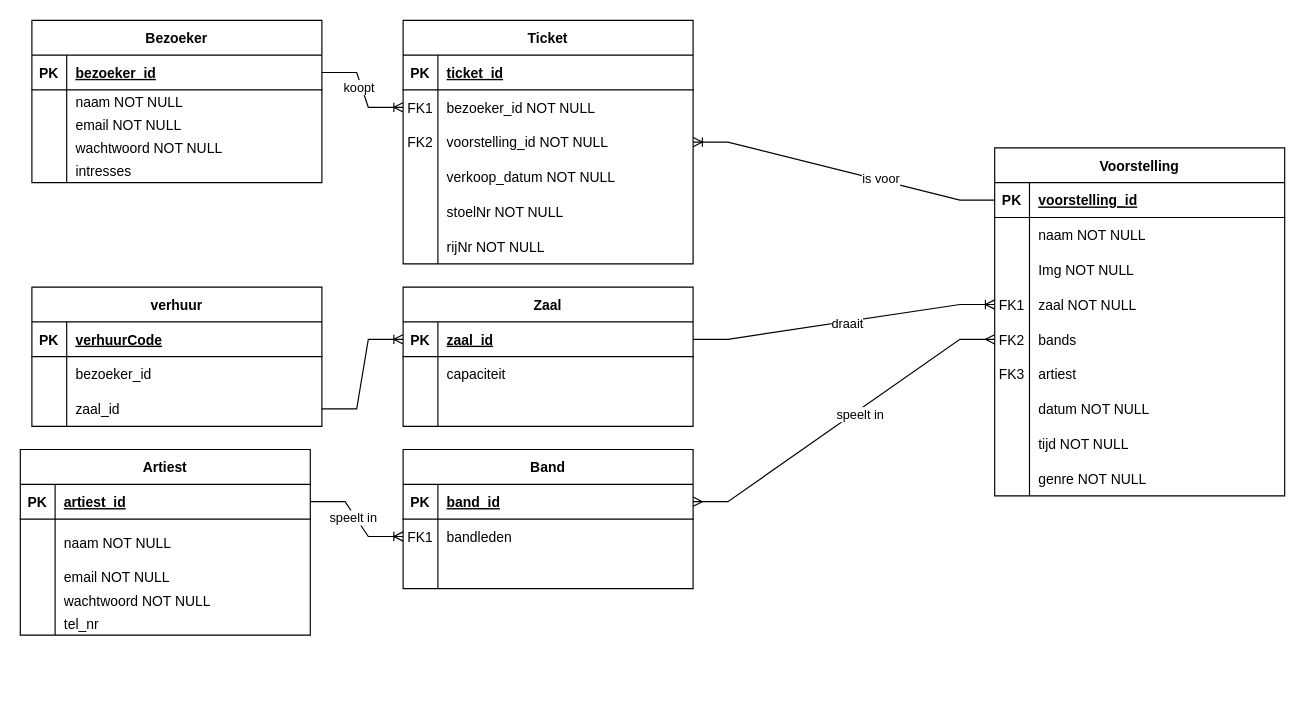
The draw.io diagram documentatie/database ER Diagram.drawio in Wdpr/WDPR2223, before the edit. Source tidied: cells renumbered, new cells numbered last; positions are measured from the earlier drawing's top-left corner, leaving out a move shared by most shapes. Both pictures are drawn from the tidied source at 116%, with x=0, y=0 at pixel (20, 20).
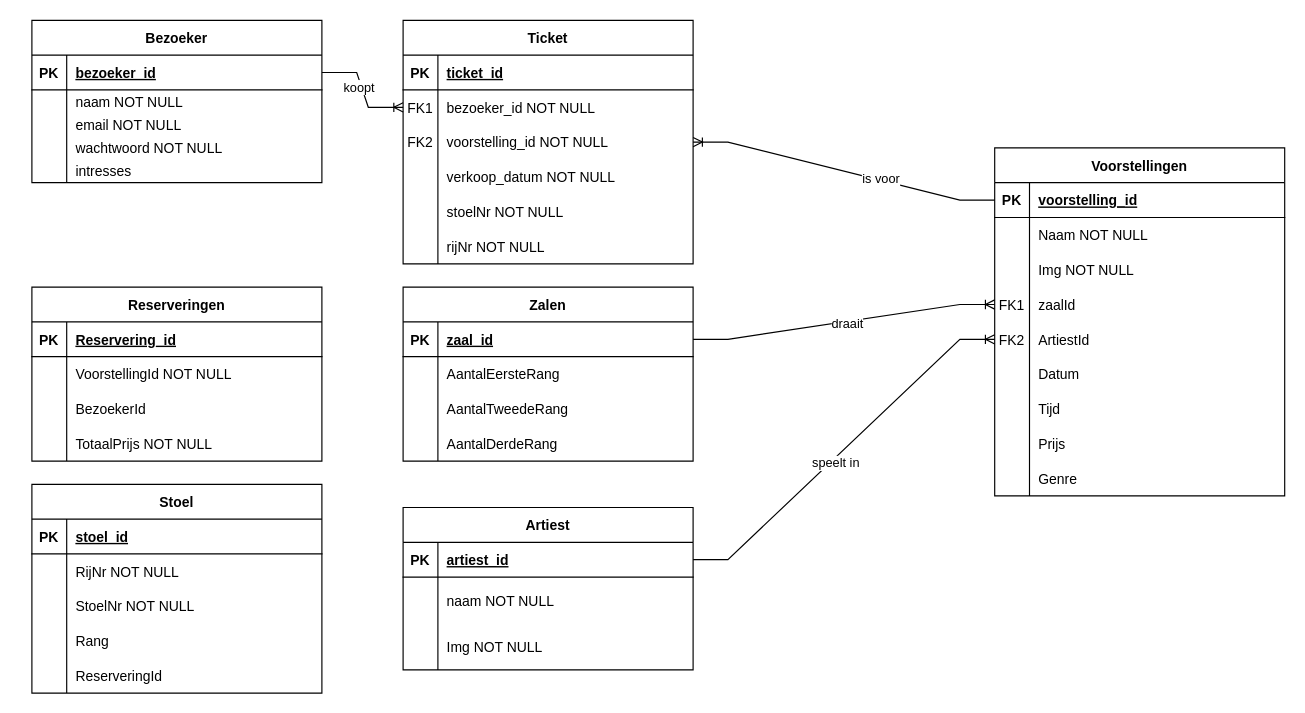
The same diagram, later.

The change refers to these unchanged cells:
```xml
<mxCell id="25" style="shape=partialRectangle;fillColor=none;top=0;left=0;right=0;bottom=0;" parent="21" vertex="1">
  <mxGeometry y="60" width="250" height="30" as="geometry" />
</mxCell>
<mxCell id="31" style="shape=partialRectangle;fillColor=none;points=[[0,0.5],[1,0.5]];portConstraint=eastwest;top=0;left=0;right=0;bottom=0;" parent="21" vertex="1">
  <mxGeometry y="120" width="250" height="30" as="geometry" />
</mxCell>
<mxCell id="80" style="shape=partialRectangle;fillColor=none;points=[[0,0.5],[1,0.5]];portConstraint=eastwest;top=0;left=0;right=0;bottom=1;" parent="79" vertex="1">
  <mxGeometry y="30" width="250" height="30" as="geometry" />
</mxCell>
<mxCell id="83" style="shape=partialRectangle;fillColor=none;top=0;left=0;right=0;bottom=0;" parent="79" vertex="1">
  <mxGeometry y="60" width="250" height="30" as="geometry" />
</mxCell>
<mxCell id="86" style="shape=partialRectangle;fillColor=none;top=0;left=0;right=0;bottom=0;" parent="79" vertex="1">
  <mxGeometry y="90" width="250" height="30" as="geometry" />
</mxCell>
<mxCell id="96" style="shape=partialRectangle;fillColor=none;points=[[0,0.5],[1,0.5]];portConstraint=eastwest;top=0;left=0;right=0;bottom=1;" parent="95" vertex="1">
  <mxGeometry y="30" width="250" height="30" as="geometry" />
</mxCell>
<mxCell id="112" style="shape=partialRectangle;fillColor=none;top=0;left=0;right=0;bottom=1;" parent="111" vertex="1">
  <mxGeometry y="30" width="250" height="30" as="geometry" />
</mxCell>
<mxCell id="115" style="shape=partialRectangle;fillColor=none;top=0;left=0;right=0;bottom=0;" parent="111" vertex="1">
  <mxGeometry y="60" width="250" height="30" as="geometry" />
</mxCell>
<mxCell id="118" style="shape=partialRectangle;fillColor=none;points=[[0,0.5],[1,0.5]];portConstraint=eastwest;top=0;left=0;right=0;bottom=0;" parent="111" vertex="1">
  <mxGeometry y="90" width="250" height="30" as="geometry" />
</mxCell>
```

The edit, as a diff of the source:
```diff
@@
-    <mxCell id="21" value="Voorstelling" style="shape=table;startSize=30;childLayout=tableLayout;rowLines=0;fontStyle=1;align=center;" parent="1" vertex="1">
+    <mxCell id="21" value="Voorstellingen" style="shape=table;startSize=30;childLayout=tableLayout;rowLines=0;fontStyle=1;align=center;" parent="1" vertex="1">
       <mxGeometry x="840" y="110" width="250" height="300" as="geometry" />
     </mxCell>
@@
-    <mxCell id="27" value="naam NOT NULL" style="shape=partialRectangle;overflow=hidden;fillColor=none;top=0;left=0;bottom=0;right=0;align=left;spacingLeft=6;" parent="25" vertex="1">
+    <mxCell id="27" value="Naam NOT NULL" style="shape=partialRectangle;overflow=hidden;fillColor=none;top=0;left=0;bottom=0;right=0;align=left;spacingLeft=6;" parent="25" vertex="1">
       <mxGeometry x="30" width="220" height="30" as="geometry" />
     </mxCell>
@@
-    <mxCell id="33" value="zaal NOT NULL" style="shape=partialRectangle;overflow=hidden;fillColor=none;top=0;left=0;bottom=0;right=0;align=left;spacingLeft=6;" parent="31" vertex="1">
+    <mxCell id="33" value="zaalId" style="shape=partialRectangle;overflow=hidden;fillColor=none;top=0;left=0;bottom=0;right=0;align=left;spacingLeft=6;" parent="31" vertex="1">
       <mxGeometry x="30" width="220" height="30" as="geometry" />
     </mxCell>
-    <mxCell id="34" style="shape=partialRectangle;fillColor=none;points=[[0,0.5],[1,0.5]];portConstraint=eastwest;top=0;left=0;right=0;bottom=0;" parent="21" vertex="1">
-      <mxGeometry y="150" width="250" height="30" as="geometry" />
-    </mxCell>
-    <mxCell id="35" value="FK2" style="shape=partialRectangle;overflow=hidden;fillColor=none;top=0;left=0;bottom=0;right=0;" parent="34" vertex="1">
-      <mxGeometry width="30" height="30" as="geometry" />
-    </mxCell>
-    <mxCell id="36" value="bands" style="shape=partialRectangle;overflow=hidden;fillColor=none;top=0;left=0;bottom=0;right=0;align=left;spacingLeft=6;" parent="34" vertex="1">
-      <mxGeometry x="30" width="220" height="30" as="geometry" />
-    </mxCell>
     <mxCell id="37" style="shape=partialRectangle;fillColor=none;points=[[0,0.5],[1,0.5]];portConstraint=eastwest;top=0;left=0;right=0;bottom=0;" parent="21" vertex="1">
-      <mxGeometry y="180" width="250" height="30" as="geometry" />
+      <mxGeometry y="150" width="250" height="30" as="geometry" />
     </mxCell>
-    <mxCell id="38" value="FK3" style="shape=partialRectangle;overflow=hidden;fillColor=none;top=0;left=0;bottom=0;right=0;" parent="37" vertex="1">
+    <mxCell id="38" value="FK2" style="shape=partialRectangle;overflow=hidden;fillColor=none;top=0;left=0;bottom=0;right=0;" parent="37" vertex="1">
       <mxGeometry width="30" height="30" as="geometry" />
     </mxCell>
-    <mxCell id="39" value="artiest" style="shape=partialRectangle;overflow=hidden;fillColor=none;top=0;left=0;bottom=0;right=0;align=left;spacingLeft=6;" parent="37" vertex="1">
+    <mxCell id="39" value="ArtiestId" style="shape=partialRectangle;overflow=hidden;fillColor=none;top=0;left=0;bottom=0;right=0;align=left;spacingLeft=6;" parent="37" vertex="1">
       <mxGeometry x="30" width="220" height="30" as="geometry" />
     </mxCell>
     <mxCell id="40" style="shape=partialRectangle;fillColor=none;top=0;left=0;right=0;bottom=0;" parent="21" vertex="1">
-      <mxGeometry y="210" width="250" height="30" as="geometry" />
+      <mxGeometry y="180" width="250" height="30" as="geometry" />
     </mxCell>
@@
-    <mxCell id="42" value="datum NOT NULL" style="shape=partialRectangle;overflow=hidden;fillColor=none;top=0;left=0;bottom=0;right=0;align=left;spacingLeft=6;" parent="40" vertex="1">
+    <mxCell id="42" value="Datum" style="shape=partialRectangle;overflow=hidden;fillColor=none;top=0;left=0;bottom=0;right=0;align=left;spacingLeft=6;" parent="40" vertex="1">
       <mxGeometry x="30" width="220" height="30" as="geometry" />
     </mxCell>
     <mxCell id="43" style="shape=partialRectangle;fillColor=none;top=0;left=0;right=0;bottom=0;" parent="21" vertex="1">
-      <mxGeometry y="240" width="250" height="30" as="geometry" />
+      <mxGeometry y="210" width="250" height="30" as="geometry" />
     </mxCell>
@@
-    <mxCell id="45" value="tijd NOT NULL" style="shape=partialRectangle;overflow=hidden;fillColor=none;top=0;left=0;bottom=0;right=0;align=left;spacingLeft=6;" parent="43" vertex="1">
+    <mxCell id="45" value="Tijd" style="shape=partialRectangle;overflow=hidden;fillColor=none;top=0;left=0;bottom=0;right=0;align=left;spacingLeft=6;" parent="43" vertex="1">
       <mxGeometry x="30" width="220" height="30" as="geometry" />
     </mxCell>
     <mxCell id="46" style="shape=partialRectangle;fillColor=none;top=0;left=0;right=0;bottom=0;" parent="21" vertex="1">
-      <mxGeometry y="270" width="250" height="30" as="geometry" />
+      <mxGeometry y="240" width="250" height="30" as="geometry" />
     </mxCell>
@@
-    <mxCell id="48" value="genre NOT NULL" style="shape=partialRectangle;overflow=hidden;fillColor=none;top=0;left=0;bottom=0;right=0;align=left;spacingLeft=6;" parent="46" vertex="1">
+    <mxCell id="48" value="Prijs" style="shape=partialRectangle;overflow=hidden;fillColor=none;top=0;left=0;bottom=0;right=0;align=left;spacingLeft=6;" parent="46" vertex="1">
       <mxGeometry x="30" width="220" height="30" as="geometry" />
     </mxCell>
+    <mxCell id="122" style="shape=partialRectangle;fillColor=none;top=0;left=0;right=0;bottom=0;" parent="21" vertex="1">
+      <mxGeometry y="270" width="250" height="30" as="geometry" />
+    </mxCell>
+    <mxCell id="123" style="shape=partialRectangle;overflow=hidden;fillColor=none;top=0;left=0;bottom=0;right=0;" parent="122" vertex="1">
+      <mxGeometry width="30" height="30" as="geometry" />
+    </mxCell>
+    <mxCell id="124" value="Genre" style="shape=partialRectangle;overflow=hidden;fillColor=none;top=0;left=0;bottom=0;right=0;align=left;spacingLeft=6;" parent="122" vertex="1">
+      <mxGeometry x="30" width="220" height="30" as="geometry" />
+    </mxCell>
@@
-    <mxCell id="69" value="Band" style="shape=table;startSize=30;childLayout=tableLayout;rowLines=0;fontStyle=1;align=center;" parent="1" vertex="1">
-      <mxGeometry x="330" y="370" width="250" height="120" as="geometry" />
-    </mxCell>
-    <mxCell id="70" style="shape=partialRectangle;fillColor=none;points=[[0,0.5],[1,0.5]];portConstraint=eastwest;top=0;left=0;right=0;bottom=1;" parent="69" vertex="1">
-      <mxGeometry y="30" width="250" height="30" as="geometry" />
-    </mxCell>
-    <mxCell id="71" value="PK" style="shape=partialRectangle;overflow=hidden;fillColor=none;top=0;left=0;bottom=0;right=0;fontStyle=1;" parent="70" vertex="1">
-      <mxGeometry width="30" height="30" as="geometry" />
-    </mxCell>
-    <mxCell id="72" value="band_id" style="shape=partialRectangle;overflow=hidden;fillColor=none;top=0;left=0;bottom=0;right=0;align=left;spacingLeft=6;fontStyle=5;" parent="70" vertex="1">
-      <mxGeometry x="30" width="220" height="30" as="geometry" />
-    </mxCell>
-    <mxCell id="73" style="shape=partialRectangle;fillColor=none;points=[[0,0.5],[1,0.5]];portConstraint=eastwest;top=0;left=0;right=0;bottom=0;" parent="69" vertex="1">
-      <mxGeometry y="60" width="250" height="30" as="geometry" />
-    </mxCell>
-    <mxCell id="74" value="FK1" style="shape=partialRectangle;overflow=hidden;fillColor=none;top=0;left=0;bottom=0;right=0;" parent="73" vertex="1">
-      <mxGeometry width="30" height="30" as="geometry" />
-    </mxCell>
-    <mxCell id="75" value="bandleden" style="shape=partialRectangle;overflow=hidden;fillColor=none;top=0;left=0;bottom=0;right=0;align=left;spacingLeft=6;" parent="73" vertex="1">
-      <mxGeometry x="30" width="220" height="30" as="geometry" />
-    </mxCell>
-    <mxCell id="76" style="shape=partialRectangle;fillColor=none;top=0;left=0;right=0;bottom=0;" parent="69" vertex="1">
-      <mxGeometry y="90" width="250" height="30" as="geometry" />
-    </mxCell>
-    <mxCell id="77" style="shape=partialRectangle;overflow=hidden;fillColor=none;top=0;left=0;bottom=0;right=0;" parent="76" vertex="1">
-      <mxGeometry width="30" height="30" as="geometry" />
-    </mxCell>
-    <mxCell id="78" style="shape=partialRectangle;overflow=hidden;fillColor=none;top=0;left=0;bottom=0;right=0;align=left;spacingLeft=6;" parent="76" vertex="1">
-      <mxGeometry x="30" width="220" height="30" as="geometry" />
-    </mxCell>
-    <mxCell id="79" value="Zaal" style="shape=table;startSize=30;childLayout=tableLayout;rowLines=0;fontStyle=1;align=center;" parent="1" vertex="1">
-      <mxGeometry x="330" y="230" width="250" height="120" as="geometry" />
+    <mxCell id="79" value="Zalen" style="shape=table;startSize=30;childLayout=tableLayout;rowLines=0;fontStyle=1;align=center;" parent="1" vertex="1">
+      <mxGeometry x="330" y="230" width="250" height="150" as="geometry" />
     </mxCell>
@@
-    <mxCell id="85" value="capaciteit" style="shape=partialRectangle;overflow=hidden;fillColor=none;top=0;left=0;bottom=0;right=0;align=left;spacingLeft=6;" parent="83" vertex="1">
+    <mxCell id="85" value="AantalEersteRang" style="shape=partialRectangle;overflow=hidden;fillColor=none;top=0;left=0;bottom=0;right=0;align=left;spacingLeft=6;" parent="83" vertex="1">
       <mxGeometry x="30" width="220" height="30" as="geometry" />
     </mxCell>
@@
-    <mxCell id="88" style="shape=partialRectangle;overflow=hidden;fillColor=none;top=0;left=0;bottom=0;right=0;align=left;spacingLeft=6;" parent="86" vertex="1">
+    <mxCell id="88" value="AantalTweedeRang" style="shape=partialRectangle;overflow=hidden;fillColor=none;top=0;left=0;bottom=0;right=0;align=left;spacingLeft=6;" parent="86" vertex="1">
       <mxGeometry x="30" width="220" height="30" as="geometry" />
     </mxCell>
+    <mxCell id="125" style="shape=partialRectangle;fillColor=none;top=0;left=0;right=0;bottom=0;" parent="79" vertex="1">
+      <mxGeometry y="120" width="250" height="30" as="geometry" />
+    </mxCell>
+    <mxCell id="126" style="shape=partialRectangle;overflow=hidden;fillColor=none;top=0;left=0;bottom=0;right=0;" parent="125" vertex="1">
+      <mxGeometry width="30" height="30" as="geometry" />
+    </mxCell>
+    <mxCell id="127" value="AantalDerdeRang" style="shape=partialRectangle;overflow=hidden;fillColor=none;top=0;left=0;bottom=0;right=0;align=left;spacingLeft=6;" parent="125" vertex="1">
+      <mxGeometry x="30" width="220" height="30" as="geometry" />
+    </mxCell>
@@
-    <mxCell id="91" style="edgeStyle=entityRelationEdgeStyle;fontSize=12;html=1;endArrow=ERmany;startArrow=ERmany;rounded=0;exitX=1;exitY=0.5;exitDx=0;exitDy=0;entryX=0;entryY=0.5;entryDx=0;entryDy=0;" parent="1" edge="1" source="70" target="34">
-      <mxGeometry relative="1" as="geometry" />
-    </mxCell>
-    <mxCell id="92" value="speelt in" style="edgeLabel;html=1;align=center;verticalAlign=middle;" parent="91" vertex="1">
-      <mxGeometry x="0.09" y="-3" relative="1" as="geometry" />
-    </mxCell>
-    <mxCell id="93" style="edgeStyle=entityRelationEdgeStyle;fontSize=12;html=1;endArrow=ERoneToMany;rounded=0;entryX=0;entryY=0.5;entryDx=0;entryDy=0;exitX=1;exitY=0.5;exitDx=0;exitDy=0;" parent="1" edge="1" source="96" target="73">
+    <mxCell id="93" style="edgeStyle=entityRelationEdgeStyle;fontSize=12;html=1;endArrow=ERoneToMany;rounded=0;exitX=1;exitY=0.5;exitDx=0;exitDy=0;entryX=0;entryY=0.5;entryDx=0;entryDy=0;" parent="1" edge="1" source="96" target="37">
       <mxGeometry relative="1" as="geometry" />
     </mxCell>
@@
     <mxCell id="95" value="Artiest" style="shape=table;startSize=30;childLayout=tableLayout;rowLines=0;fontStyle=1;align=center;strokeWidth=1;" parent="1" vertex="1">
-      <mxGeometry y="370" width="250" height="160" as="geometry" />
+      <mxGeometry x="330" y="420" width="250" height="140" as="geometry" />
     </mxCell>
@@
-    <mxCell id="102" style="shape=partialRectangle;fillColor=none;top=0;left=0;right=0;bottom=0;" parent="95" vertex="1">
-      <mxGeometry y="100" width="250" height="20" as="geometry" />
-    </mxCell>
-    <mxCell id="103" style="shape=partialRectangle;overflow=hidden;fillColor=none;top=0;left=0;bottom=0;right=0;" parent="102" vertex="1">
-      <mxGeometry width="30" height="20" as="geometry" />
-    </mxCell>
-    <mxCell id="104" value="email NOT NULL" style="shape=partialRectangle;overflow=hidden;fillColor=none;top=0;left=0;bottom=0;right=0;align=left;spacingLeft=6;" parent="102" vertex="1">
-      <mxGeometry x="30" width="220" height="20" as="geometry" />
-    </mxCell>
-    <mxCell id="105" style="shape=partialRectangle;fillColor=none;top=0;left=0;right=0;bottom=0;" parent="95" vertex="1">
-      <mxGeometry y="120" width="250" height="20" as="geometry" />
-    </mxCell>
-    <mxCell id="106" style="shape=partialRectangle;overflow=hidden;fillColor=none;top=0;left=0;bottom=0;right=0;" parent="105" vertex="1">
-      <mxGeometry width="30" height="20" as="geometry" />
-    </mxCell>
-    <mxCell id="107" value="wachtwoord NOT NULL" style="shape=partialRectangle;overflow=hidden;fillColor=none;top=0;left=0;bottom=0;right=0;align=left;spacingLeft=6;" parent="105" vertex="1">
-      <mxGeometry x="30" width="220" height="20" as="geometry" />
-    </mxCell>
-    <mxCell id="108" style="shape=partialRectangle;fillColor=none;top=0;left=0;right=0;bottom=0;" parent="95" vertex="1">
-      <mxGeometry y="140" width="250" height="20" as="geometry" />
-    </mxCell>
-    <mxCell id="109" style="shape=partialRectangle;overflow=hidden;fillColor=none;top=0;left=0;bottom=0;right=0;" parent="108" vertex="1">
-      <mxGeometry width="30" height="20" as="geometry" />
-    </mxCell>
-    <mxCell id="110" value="tel_nr" style="shape=partialRectangle;overflow=hidden;fillColor=none;top=0;left=0;bottom=0;right=0;align=left;spacingLeft=6;" parent="108" vertex="1">
-      <mxGeometry x="30" width="220" height="20" as="geometry" />
-    </mxCell>
+    <mxCell id="128" style="shape=partialRectangle;fillColor=none;top=0;left=0;right=0;bottom=0;" parent="95" vertex="1">
+      <mxGeometry y="100" width="250" height="40" as="geometry" />
+    </mxCell>
+    <mxCell id="129" style="shape=partialRectangle;overflow=hidden;fillColor=none;top=0;left=0;bottom=0;right=0;" parent="128" vertex="1">
+      <mxGeometry width="30" height="40" as="geometry" />
+    </mxCell>
+    <mxCell id="130" value="Img NOT NULL" style="shape=partialRectangle;overflow=hidden;fillColor=none;top=0;left=0;bottom=0;right=0;align=left;spacingLeft=6;" parent="128" vertex="1">
+      <mxGeometry x="30" width="220" height="40" as="geometry" />
+    </mxCell>
-    <mxCell id="111" value="verhuur" style="shape=table;startSize=30;childLayout=tableLayout;rowLines=0;fontStyle=1;align=center;" parent="1" vertex="1">
-      <mxGeometry x="10" y="230" width="250" height="120" as="geometry" />
+    <mxCell id="111" value="Reserveringen" style="shape=table;startSize=30;childLayout=tableLayout;rowLines=0;fontStyle=1;align=center;" parent="1" vertex="1">
+      <mxGeometry x="10" y="230" width="250" height="150" as="geometry" />
     </mxCell>
@@
-    <mxCell id="114" value="verhuurCode" style="shape=partialRectangle;overflow=hidden;fillColor=none;top=0;left=0;bottom=0;right=0;align=left;spacingLeft=6;fontStyle=5;" parent="112" vertex="1">
+    <mxCell id="114" value="Reservering_id" style="shape=partialRectangle;overflow=hidden;fillColor=none;top=0;left=0;bottom=0;right=0;align=left;spacingLeft=6;fontStyle=5;" parent="112" vertex="1">
       <mxGeometry x="30" width="220" height="30" as="geometry" />
     </mxCell>
@@
-    <mxCell id="117" value="bezoeker_id" style="shape=partialRectangle;overflow=hidden;fillColor=none;top=0;left=0;bottom=0;right=0;align=left;spacingLeft=6;" parent="115" vertex="1">
+    <mxCell id="117" value="VoorstellingId NOT NULL" style="shape=partialRectangle;overflow=hidden;fillColor=none;top=0;left=0;bottom=0;right=0;align=left;spacingLeft=6;" parent="115" vertex="1">
       <mxGeometry x="30" width="220" height="30" as="geometry" />
     </mxCell>
@@
-    <mxCell id="120" value="zaal_id" style="shape=partialRectangle;overflow=hidden;fillColor=none;top=0;left=0;bottom=0;right=0;align=left;spacingLeft=6;" parent="118" vertex="1">
+    <mxCell id="120" value="BezoekerId" style="shape=partialRectangle;overflow=hidden;fillColor=none;top=0;left=0;bottom=0;right=0;align=left;spacingLeft=6;" parent="118" vertex="1">
       <mxGeometry x="30" width="220" height="30" as="geometry" />
     </mxCell>
-    <mxCell id="121" style="edgeStyle=entityRelationEdgeStyle;fontSize=12;html=1;endArrow=ERoneToMany;rounded=0;exitX=1;exitY=0.5;exitDx=0;exitDy=0;entryX=0;entryY=0.5;entryDx=0;entryDy=0;" parent="1" edge="1" source="118" target="80">
-      <mxGeometry relative="1" as="geometry" />
-    </mxCell>
+    <mxCell id="131" style="shape=partialRectangle;fillColor=none;top=0;left=0;right=0;bottom=0;" parent="111" vertex="1">
+      <mxGeometry y="120" width="250" height="30" as="geometry" />
+    </mxCell>
+    <mxCell id="132" style="shape=partialRectangle;overflow=hidden;fillColor=none;top=0;left=0;bottom=0;right=0;" parent="131" vertex="1">
+      <mxGeometry width="30" height="30" as="geometry" />
+    </mxCell>
+    <mxCell id="133" value="TotaalPrijs NOT NULL" style="shape=partialRectangle;overflow=hidden;fillColor=none;top=0;left=0;bottom=0;right=0;align=left;spacingLeft=6;" parent="131" vertex="1">
+      <mxGeometry x="30" width="220" height="30" as="geometry" />
+    </mxCell>
+    <mxCell id="134" value="Stoel" style="shape=table;startSize=30;childLayout=tableLayout;rowLines=0;fontStyle=1;align=center;" parent="1" vertex="1">
+      <mxGeometry x="10" y="400" width="250" height="180" as="geometry" />
+    </mxCell>
+    <mxCell id="70" style="shape=partialRectangle;fillColor=none;points=[[0,0.5],[1,0.5]];portConstraint=eastwest;top=0;left=0;right=0;bottom=1;" parent="134" vertex="1">
+      <mxGeometry y="30" width="250" height="30" as="geometry" />
+    </mxCell>
+    <mxCell id="71" value="PK" style="shape=partialRectangle;overflow=hidden;fillColor=none;top=0;left=0;bottom=0;right=0;fontStyle=1;" parent="70" vertex="1">
+      <mxGeometry width="30" height="30" as="geometry" />
+    </mxCell>
+    <mxCell id="135" value="stoel_id" style="shape=partialRectangle;overflow=hidden;fillColor=none;top=0;left=0;bottom=0;right=0;align=left;spacingLeft=6;fontStyle=5;" parent="70" vertex="1">
+      <mxGeometry x="30" width="220" height="30" as="geometry" />
+    </mxCell>
+    <mxCell id="73" style="shape=partialRectangle;fillColor=none;points=[[0,0.5],[1,0.5]];portConstraint=eastwest;top=0;left=0;right=0;bottom=0;" parent="134" vertex="1">
+      <mxGeometry y="60" width="250" height="30" as="geometry" />
+    </mxCell>
+    <mxCell id="136" style="shape=partialRectangle;overflow=hidden;fillColor=none;top=0;left=0;bottom=0;right=0;" parent="73" vertex="1">
+      <mxGeometry width="30" height="30" as="geometry" />
+    </mxCell>
+    <mxCell id="137" value="RijNr NOT NULL" style="shape=partialRectangle;overflow=hidden;fillColor=none;top=0;left=0;bottom=0;right=0;align=left;spacingLeft=6;" parent="73" vertex="1">
+      <mxGeometry x="30" width="220" height="30" as="geometry" />
+    </mxCell>
+    <mxCell id="76" style="shape=partialRectangle;fillColor=none;top=0;left=0;right=0;bottom=0;" parent="134" vertex="1">
+      <mxGeometry y="90" width="250" height="30" as="geometry" />
+    </mxCell>
+    <mxCell id="138" style="shape=partialRectangle;overflow=hidden;fillColor=none;top=0;left=0;bottom=0;right=0;" parent="76" vertex="1">
+      <mxGeometry width="30" height="30" as="geometry" />
+    </mxCell>
+    <mxCell id="139" value="StoelNr NOT NULL" style="shape=partialRectangle;overflow=hidden;fillColor=none;top=0;left=0;bottom=0;right=0;align=left;spacingLeft=6;" parent="76" vertex="1">
+      <mxGeometry x="30" width="220" height="30" as="geometry" />
+    </mxCell>
+    <mxCell id="140" style="shape=partialRectangle;fillColor=none;top=0;left=0;right=0;bottom=0;" parent="134" vertex="1">
+      <mxGeometry y="120" width="250" height="30" as="geometry" />
+    </mxCell>
+    <mxCell id="141" style="shape=partialRectangle;overflow=hidden;fillColor=none;top=0;left=0;bottom=0;right=0;" parent="140" vertex="1">
+      <mxGeometry width="30" height="30" as="geometry" />
+    </mxCell>
+    <mxCell id="142" value="Rang" style="shape=partialRectangle;overflow=hidden;fillColor=none;top=0;left=0;bottom=0;right=0;align=left;spacingLeft=6;" parent="140" vertex="1">
+      <mxGeometry x="30" width="220" height="30" as="geometry" />
+    </mxCell>
+    <mxCell id="34" style="shape=partialRectangle;fillColor=none;points=[[0,0.5],[1,0.5]];portConstraint=eastwest;top=0;left=0;right=0;bottom=0;" parent="134" vertex="1">
+      <mxGeometry y="150" width="250" height="30" as="geometry" />
+    </mxCell>
+    <mxCell id="143" style="shape=partialRectangle;overflow=hidden;fillColor=none;top=0;left=0;bottom=0;right=0;" parent="34" vertex="1">
+      <mxGeometry width="30" height="30" as="geometry" />
+    </mxCell>
+    <mxCell id="144" value="ReserveringId" style="shape=partialRectangle;overflow=hidden;fillColor=none;top=0;left=0;bottom=0;right=0;align=left;spacingLeft=6;" parent="34" vertex="1">
+      <mxGeometry x="30" width="220" height="30" as="geometry" />
+    </mxCell>
```
